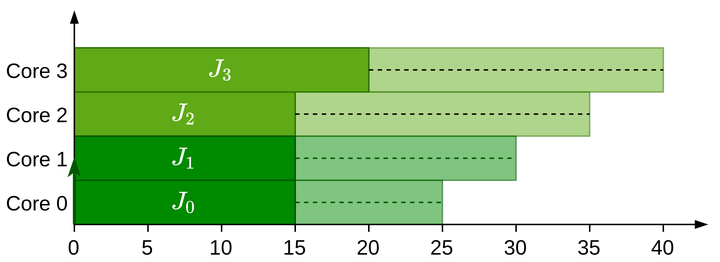
Before: Notes/TFM/images/extra_03/precedence_solution_01_02.png, a diagram exported from draw.io (jmigual/APATeoria). Source tidied: cells renumbered, new cells last; positions are measured from the earlier drawing's top-left corner, leaving out a move shared by most shapes.
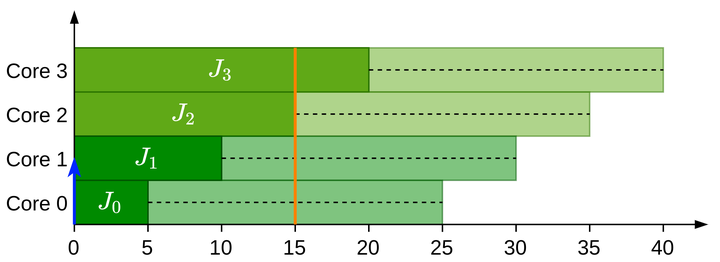
Above is the later version.

The edit, as a diff of the source:
```diff
@@ -2,145 +2,154 @@
   <root>
     <mxCell id="0" />
     <mxCell id="1" parent="0" />
-    <mxCell id="2" style="rounded=0;whiteSpace=wrap;html=1;align=center;fillColor=#60a917;strokeColor=#2D7600;fontColor=#ffffff;comic=0;fontSize=14;opacity=50;" parent="1" vertex="1">
-      <mxGeometry x="200" y="25" width="250" height="30" as="geometry" />
+    <mxCell id="2" value="10" style="text;html=1;strokeColor=none;fillColor=none;align=center;verticalAlign=middle;whiteSpace=wrap;rounded=0;fontSize=14;" parent="1" vertex="1">
+      <mxGeometry x="645" y="35" width="20" height="20" as="geometry" />
     </mxCell>
-    <mxCell id="3" value="$$J_{3}$$" style="rounded=0;whiteSpace=wrap;html=1;align=center;fillColor=#60a917;strokeColor=#2D7600;fontColor=#ffffff;comic=0;fontSize=14;" parent="1" vertex="1">
-      <mxGeometry x="50" y="25" width="200" height="30" as="geometry" />
+    <mxCell id="3" style="rounded=0;whiteSpace=wrap;html=1;align=center;fillColor=#60a917;strokeColor=#2D7600;fontColor=#ffffff;comic=0;fontSize=14;opacity=50;" parent="1" vertex="1">
+      <mxGeometry x="705" y="25" width="250" height="30" as="geometry" />
     </mxCell>
-    <mxCell id="4" style="rounded=0;whiteSpace=wrap;html=1;align=center;fillColor=#60a917;strokeColor=#2D7600;fontColor=#ffffff;comic=0;fontSize=14;opacity=50;" parent="1" vertex="1">
-      <mxGeometry x="150" y="55" width="250" height="30" as="geometry" />
+    <mxCell id="4" value="$$J_{3}$$" style="rounded=0;whiteSpace=wrap;html=1;align=center;fillColor=#60a917;strokeColor=#2D7600;fontColor=#ffffff;comic=0;fontSize=14;" parent="1" vertex="1">
+      <mxGeometry x="555" y="25" width="200" height="30" as="geometry" />
     </mxCell>
-    <mxCell id="5" value="$$J_{2}$$" style="rounded=0;whiteSpace=wrap;html=1;align=center;fillColor=#60a917;strokeColor=#2D7600;fontColor=#ffffff;comic=0;fontSize=14;" parent="1" vertex="1">
-      <mxGeometry x="50" y="55" width="150" height="30" as="geometry" />
+    <mxCell id="5" style="rounded=0;whiteSpace=wrap;html=1;align=center;fillColor=#60a917;strokeColor=#2D7600;fontColor=#ffffff;comic=0;fontSize=14;opacity=50;" parent="1" vertex="1">
+      <mxGeometry x="655" y="55" width="250" height="30" as="geometry" />
     </mxCell>
-    <mxCell id="6" style="rounded=0;whiteSpace=wrap;html=1;align=center;fillColor=#008a00;strokeColor=#005700;fontColor=#ffffff;comic=0;fontSize=14;opacity=50;" parent="1" vertex="1">
-      <mxGeometry x="150" y="85" width="200" height="30" as="geometry" />
+    <mxCell id="6" value="$$J_{2}$$" style="rounded=0;whiteSpace=wrap;html=1;align=center;fillColor=#60a917;strokeColor=#2D7600;fontColor=#ffffff;comic=0;fontSize=14;" parent="1" vertex="1">
+      <mxGeometry x="555" y="55" width="150" height="30" as="geometry" />
     </mxCell>
-    <mxCell id="7" style="rounded=0;whiteSpace=wrap;html=1;align=center;fillColor=#008a00;strokeColor=#005700;fontColor=#ffffff;comic=0;fontSize=14;gradientDirection=east;opacity=50;" parent="1" vertex="1">
-      <mxGeometry x="100" y="115" width="200" height="30" as="geometry" />
+    <mxCell id="7" style="rounded=0;whiteSpace=wrap;html=1;align=center;fillColor=#008a00;strokeColor=#005700;fontColor=#ffffff;comic=0;fontSize=14;opacity=50;" parent="1" vertex="1">
+      <mxGeometry x="655" y="85" width="200" height="30" as="geometry" />
     </mxCell>
-    <mxCell id="8" value="$$J_{1}$$" style="rounded=0;whiteSpace=wrap;html=1;align=center;fillColor=#008a00;strokeColor=#005700;fontColor=#ffffff;comic=0;fontSize=14;" parent="1" vertex="1">
-      <mxGeometry x="50" y="85" width="150" height="30" as="geometry" />
+    <mxCell id="8" style="rounded=0;whiteSpace=wrap;html=1;align=center;fillColor=#008a00;strokeColor=#005700;fontColor=#ffffff;comic=0;fontSize=14;gradientDirection=east;opacity=50;" parent="1" vertex="1">
+      <mxGeometry x="605" y="115" width="200" height="30" as="geometry" />
     </mxCell>
-    <mxCell id="9" value="$$J_{0}$$" style="rounded=0;whiteSpace=wrap;html=1;align=center;fillColor=#008a00;strokeColor=#005700;fontColor=#ffffff;comic=0;fontSize=14;" parent="1" vertex="1">
-      <mxGeometry x="50" y="115" width="150" height="30" as="geometry" />
+    <mxCell id="9" value="$$J_{1}$$" style="rounded=0;whiteSpace=wrap;html=1;align=center;fillColor=#008a00;strokeColor=#005700;fontColor=#ffffff;comic=0;fontSize=14;" parent="1" vertex="1">
+      <mxGeometry x="555" y="85" width="100" height="30" as="geometry" />
     </mxCell>
-    <mxCell id="10" style="endArrow=blockThin;html=1;strokeColor=#000000;endFill=1;exitX=0.5;exitY=0;exitDx=0;exitDy=0;" parent="1" edge="1">
-      <mxGeometry relative="1" as="geometry">
-        <mxPoint x="50" y="150" as="sourcePoint" />
-        <mxPoint x="50" as="targetPoint" />
-      </mxGeometry>
+    <mxCell id="10" value="$$J_{0}$$" style="rounded=0;whiteSpace=wrap;html=1;align=center;fillColor=#008a00;strokeColor=#005700;fontColor=#ffffff;comic=0;fontSize=14;" parent="1" vertex="1">
+      <mxGeometry x="555" y="115" width="50" height="30" as="geometry" />
     </mxCell>
-    <mxCell id="11" value="&lt;div style=&quot;font-size: 14px;&quot;&gt;0&lt;/div&gt;" style="text;html=1;strokeColor=none;fillColor=none;align=center;verticalAlign=middle;whiteSpace=wrap;rounded=0;fontSize=14;" parent="1" vertex="1">
-      <mxGeometry x="40" y="150" width="20" height="20" as="geometry" />
+    <mxCell id="11" style="endArrow=blockThin;html=1;strokeColor=#000000;endFill=1;exitX=0.5;exitY=0;exitDx=0;exitDy=0;" parent="1" edge="1">
+      <mxGeometry relative="1" as="geometry">
+        <mxPoint x="555" y="150" as="sourcePoint" />
+        <mxPoint x="555" as="targetPoint" />
+      </mxGeometry>
     </mxCell>
-    <mxCell id="12" value="5" style="text;html=1;strokeColor=none;fillColor=none;align=center;verticalAlign=middle;whiteSpace=wrap;rounded=0;fontSize=14;" parent="1" vertex="1">
-      <mxGeometry x="90" y="150" width="20" height="20" as="geometry" />
+    <mxCell id="12" value="&lt;div style=&quot;font-size: 14px;&quot;&gt;0&lt;/div&gt;" style="text;html=1;strokeColor=none;fillColor=none;align=center;verticalAlign=middle;whiteSpace=wrap;rounded=0;fontSize=14;" parent="1" vertex="1">
+      <mxGeometry x="545" y="150" width="20" height="20" as="geometry" />
     </mxCell>
-    <mxCell id="13" value="10" style="text;html=1;strokeColor=none;fillColor=none;align=center;verticalAlign=middle;whiteSpace=wrap;rounded=0;fontSize=14;" parent="1" vertex="1">
-      <mxGeometry x="140" y="150" width="20" height="20" as="geometry" />
+    <mxCell id="13" value="5" style="text;html=1;strokeColor=none;fillColor=none;align=center;verticalAlign=middle;whiteSpace=wrap;rounded=0;fontSize=14;" parent="1" vertex="1">
+      <mxGeometry x="595" y="150" width="20" height="20" as="geometry" />
     </mxCell>
-    <mxCell id="14" value="15" style="text;html=1;strokeColor=none;fillColor=none;align=center;verticalAlign=middle;whiteSpace=wrap;rounded=0;fontSize=14;" parent="1" vertex="1">
-      <mxGeometry x="190" y="150" width="20" height="20" as="geometry" />
+    <mxCell id="14" value="10" style="text;html=1;strokeColor=none;fillColor=none;align=center;verticalAlign=middle;whiteSpace=wrap;rounded=0;fontSize=14;" parent="1" vertex="1">
+      <mxGeometry x="645" y="150" width="20" height="20" as="geometry" />
     </mxCell>
-    <mxCell id="15" value="20" style="text;html=1;strokeColor=none;fillColor=none;align=center;verticalAlign=middle;whiteSpace=wrap;rounded=0;fontSize=14;" parent="1" vertex="1">
-      <mxGeometry x="240" y="150" width="20" height="20" as="geometry" />
+    <mxCell id="15" value="15" style="text;html=1;strokeColor=none;fillColor=none;align=center;verticalAlign=middle;whiteSpace=wrap;rounded=0;fontSize=14;" parent="1" vertex="1">
+      <mxGeometry x="695" y="150" width="20" height="20" as="geometry" />
     </mxCell>
-    <mxCell id="16" value="Core 0" style="text;html=1;strokeColor=none;fillColor=none;align=center;verticalAlign=middle;whiteSpace=wrap;rounded=0;fontSize=14;fontColor=#000000;" parent="1" vertex="1">
-      <mxGeometry y="120" width="50" height="20" as="geometry" />
+    <mxCell id="16" value="20" style="text;html=1;strokeColor=none;fillColor=none;align=center;verticalAlign=middle;whiteSpace=wrap;rounded=0;fontSize=14;" parent="1" vertex="1">
+      <mxGeometry x="745" y="150" width="20" height="20" as="geometry" />
     </mxCell>
-    <mxCell id="17" value="Core 1" style="text;html=1;strokeColor=none;fillColor=none;align=center;verticalAlign=middle;whiteSpace=wrap;rounded=0;fontSize=14;fontColor=#000000;" parent="1" vertex="1">
-      <mxGeometry y="90" width="50" height="20" as="geometry" />
+    <mxCell id="17" value="Core 0" style="text;html=1;strokeColor=none;fillColor=none;align=center;verticalAlign=middle;whiteSpace=wrap;rounded=0;fontSize=14;fontColor=#000000;" parent="1" vertex="1">
+      <mxGeometry x="505" y="120" width="50" height="20" as="geometry" />
     </mxCell>
-    <mxCell id="18" style="endArrow=none;html=1;" parent="1" edge="1" source="19">
-      <mxGeometry relative="1" as="geometry">
-        <mxPoint x="300" y="145" as="targetPoint" />
-      </mxGeometry>
+    <mxCell id="18" value="Core 1" style="text;html=1;strokeColor=none;fillColor=none;align=center;verticalAlign=middle;whiteSpace=wrap;rounded=0;fontSize=14;fontColor=#000000;" parent="1" vertex="1">
+      <mxGeometry x="505" y="90" width="50" height="20" as="geometry" />
     </mxCell>
-    <mxCell id="19" value="25" style="text;html=1;strokeColor=none;fillColor=none;align=center;verticalAlign=middle;whiteSpace=wrap;rounded=0;fontSize=14;" parent="1" vertex="1">
-      <mxGeometry x="290" y="150" width="20" height="20" as="geometry" />
+    <mxCell id="19" style="endArrow=none;html=1;" parent="1" edge="1" source="20">
+      <mxGeometry relative="1" as="geometry">
+        <mxPoint x="805" y="145" as="targetPoint" />
+      </mxGeometry>
     </mxCell>
-    <mxCell id="20" style="endArrow=none;html=1;exitX=0.5;exitY=0;exitDx=0;exitDy=0;" parent="1" edge="1" source="19">
-      <mxGeometry relative="1" as="geometry">
-        <mxPoint x="300" y="145" as="targetPoint" />
-      </mxGeometry>
+    <mxCell id="20" value="25" style="text;html=1;strokeColor=none;fillColor=none;align=center;verticalAlign=middle;whiteSpace=wrap;rounded=0;fontSize=14;" parent="1" vertex="1">
+      <mxGeometry x="795" y="150" width="20" height="20" as="geometry" />
     </mxCell>
-    <mxCell id="21" style="endArrow=none;html=1;exitX=0.5;exitY=0;exitDx=0;exitDy=0;" parent="1" edge="1" source="15">
+    <mxCell id="21" style="endArrow=none;html=1;exitX=0.5;exitY=0;exitDx=0;exitDy=0;" parent="1" edge="1" source="20">
       <mxGeometry relative="1" as="geometry">
-        <mxPoint x="250" y="145" as="targetPoint" />
+        <mxPoint x="805" y="145" as="targetPoint" />
       </mxGeometry>
     </mxCell>
-    <mxCell id="22" style="endArrow=none;html=1;exitX=0.5;exitY=0;exitDx=0;exitDy=0;" parent="1" edge="1" source="14">
+    <mxCell id="22" style="endArrow=none;html=1;exitX=0.5;exitY=0;exitDx=0;exitDy=0;" parent="1" edge="1" source="16">
       <mxGeometry relative="1" as="geometry">
-        <mxPoint x="200" y="145" as="targetPoint" />
+        <mxPoint x="755" y="145" as="targetPoint" />
       </mxGeometry>
     </mxCell>
-    <mxCell id="23" style="endArrow=none;html=1;exitX=0.5;exitY=0;exitDx=0;exitDy=0;" parent="1" edge="1" source="13">
+    <mxCell id="23" style="endArrow=none;html=1;exitX=0.5;exitY=0;exitDx=0;exitDy=0;" parent="1" edge="1" source="15">
       <mxGeometry relative="1" as="geometry">
-        <mxPoint x="150" y="145" as="targetPoint" />
+        <mxPoint x="705" y="145" as="targetPoint" />
       </mxGeometry>
     </mxCell>
-    <mxCell id="24" style="endArrow=none;html=1;exitX=0.5;exitY=0;exitDx=0;exitDy=0;" parent="1" edge="1" source="12">
+    <mxCell id="24" style="endArrow=none;html=1;exitX=0.5;exitY=0;exitDx=0;exitDy=0;" parent="1" edge="1" source="14">
       <mxGeometry relative="1" as="geometry">
-        <mxPoint x="100" y="145" as="targetPoint" />
+        <mxPoint x="655" y="145" as="targetPoint" />
       </mxGeometry>
     </mxCell>
-    <mxCell id="25" style="endArrow=none;html=1;" parent="1" edge="1" source="26">
+    <mxCell id="25" style="endArrow=none;html=1;exitX=0.5;exitY=0;exitDx=0;exitDy=0;" parent="1" edge="1" source="13">
       <mxGeometry relative="1" as="geometry">
-        <mxPoint x="350" y="145" as="targetPoint" />
+        <mxPoint x="605" y="145" as="targetPoint" />
       </mxGeometry>
     </mxCell>
-    <mxCell id="26" value="30" style="text;html=1;strokeColor=none;fillColor=none;align=center;verticalAlign=middle;whiteSpace=wrap;rounded=0;fontSize=14;" parent="1" vertex="1">
-      <mxGeometry x="340" y="150" width="20" height="20" as="geometry" />
+    <mxCell id="26" style="endArrow=none;html=1;" parent="1" edge="1" source="27">
+      <mxGeometry relative="1" as="geometry">
+        <mxPoint x="855" y="145" as="targetPoint" />
+      </mxGeometry>
     </mxCell>
-    <mxCell id="27" value="Core 2" style="text;html=1;strokeColor=none;fillColor=none;align=center;verticalAlign=middle;whiteSpace=wrap;rounded=0;fontSize=14;fontColor=#000000;" parent="1" vertex="1">
-      <mxGeometry y="60" width="50" height="20" as="geometry" />
+    <mxCell id="27" value="30" style="text;html=1;strokeColor=none;fillColor=none;align=center;verticalAlign=middle;whiteSpace=wrap;rounded=0;fontSize=14;" parent="1" vertex="1">
+      <mxGeometry x="845" y="150" width="20" height="20" as="geometry" />
     </mxCell>
-    <mxCell id="28" style="endArrow=blockThin;html=1;endFill=1;" parent="1" edge="1">
-      <mxGeometry relative="1" as="geometry">
-        <mxPoint x="50" y="145" as="sourcePoint" />
-        <mxPoint x="480" y="145" as="targetPoint" />
-      </mxGeometry>
+    <mxCell id="28" value="Core 2" style="text;html=1;strokeColor=none;fillColor=none;align=center;verticalAlign=middle;whiteSpace=wrap;rounded=0;fontSize=14;fontColor=#000000;" parent="1" vertex="1">
+      <mxGeometry x="505" y="60" width="50" height="20" as="geometry" />
     </mxCell>
-    <mxCell id="29" style="endArrow=classicThin;html=1;strokeColor=#005700;fillColor=#008a00;endFill=1;strokeWidth=2;" parent="1" edge="1">
+    <mxCell id="29" style="endArrow=blockThin;html=1;endFill=1;" parent="1" edge="1">
       <mxGeometry relative="1" as="geometry">
-        <mxPoint x="50" y="145" as="sourcePoint" />
-        <mxPoint x="50" y="100" as="targetPoint" />
+        <mxPoint x="555" y="145" as="sourcePoint" />
+        <mxPoint x="985" y="145" as="targetPoint" />
       </mxGeometry>
     </mxCell>
-    <mxCell id="30" value="Core 3" style="text;html=1;strokeColor=none;fillColor=none;align=center;verticalAlign=middle;whiteSpace=wrap;rounded=0;fontSize=14;fontColor=#000000;" parent="1" vertex="1">
-      <mxGeometry y="30" width="50" height="20" as="geometry" />
+    <mxCell id="30" style="endArrow=classicThin;html=1;strokeColor=#0027FF;fillColor=#0050ef;endFill=1;strokeWidth=2;" parent="1" edge="1">
+      <mxGeometry relative="1" as="geometry">
+        <mxPoint x="555" y="145" as="sourcePoint" />
+        <mxPoint x="555" y="100" as="targetPoint" />
+      </mxGeometry>
     </mxCell>
-    <mxCell id="31" style="endArrow=none;dashed=1;html=1;exitX=1;exitY=0.5;exitDx=0;exitDy=0;entryX=1;entryY=0.5;entryDx=0;entryDy=0;fillColor=#008a00;strokeColor=#005700;" parent="1" edge="1" source="9" target="7">
-      <mxGeometry relative="1" as="geometry" />
+    <mxCell id="31" value="Core 3" style="text;html=1;strokeColor=none;fillColor=none;align=center;verticalAlign=middle;whiteSpace=wrap;rounded=0;fontSize=14;fontColor=#000000;" parent="1" vertex="1">
+      <mxGeometry x="505" y="30" width="50" height="20" as="geometry" />
     </mxCell>
-    <mxCell id="32" style="endArrow=none;dashed=1;html=1;exitX=1;exitY=0.5;exitDx=0;exitDy=0;entryX=1;entryY=0.5;entryDx=0;entryDy=0;fillColor=#008a00;strokeColor=#005700;" parent="1" edge="1" source="8" target="6">
+    <mxCell id="32" style="endArrow=none;dashed=1;html=1;exitX=1;exitY=0.5;exitDx=0;exitDy=0;entryX=1;entryY=0.5;entryDx=0;entryDy=0;" parent="1" edge="1" source="10" target="8">
       <mxGeometry relative="1" as="geometry" />
     </mxCell>
-    <mxCell id="33" style="endArrow=none;dashed=1;html=1;exitX=1;exitY=0.5;exitDx=0;exitDy=0;entryX=1;entryY=0.5;entryDx=0;entryDy=0;" parent="1" edge="1" source="5" target="4">
+    <mxCell id="33" style="endArrow=none;dashed=1;html=1;exitX=1;exitY=0.5;exitDx=0;exitDy=0;entryX=1;entryY=0.5;entryDx=0;entryDy=0;" parent="1" edge="1" source="9" target="7">
       <mxGeometry relative="1" as="geometry" />
     </mxCell>
-    <mxCell id="34" style="endArrow=none;html=1;" parent="1" edge="1" source="35">
-      <mxGeometry relative="1" as="geometry">
-        <mxPoint x="400" y="145" as="targetPoint" />
-      </mxGeometry>
+    <mxCell id="34" style="endArrow=none;dashed=1;html=1;exitX=1;exitY=0.5;exitDx=0;exitDy=0;entryX=1;entryY=0.5;entryDx=0;entryDy=0;" parent="1" edge="1" source="6" target="5">
+      <mxGeometry relative="1" as="geometry" />
     </mxCell>
-    <mxCell id="35" value="35" style="text;html=1;strokeColor=none;fillColor=none;align=center;verticalAlign=middle;whiteSpace=wrap;rounded=0;fontSize=14;" parent="1" vertex="1">
-      <mxGeometry x="390" y="150" width="20" height="20" as="geometry" />
+    <mxCell id="35" style="endArrow=none;html=1;" parent="1" edge="1" source="36">
+      <mxGeometry relative="1" as="geometry">
+        <mxPoint x="905" y="145" as="targetPoint" />
+      </mxGeometry>
     </mxCell>
-    <mxCell id="36" style="endArrow=none;html=1;" parent="1" edge="1" source="37">
-      <mxGeometry relative="1" as="geometry">
-        <mxPoint x="450" y="145" as="targetPoint" />
-      </mxGeometry>
+    <mxCell id="36" value="35" style="text;html=1;strokeColor=none;fillColor=none;align=center;verticalAlign=middle;whiteSpace=wrap;rounded=0;fontSize=14;" parent="1" vertex="1">
+      <mxGeometry x="895" y="150" width="20" height="20" as="geometry" />
     </mxCell>
-    <mxCell id="37" value="40" style="text;html=1;strokeColor=none;fillColor=none;align=center;verticalAlign=middle;whiteSpace=wrap;rounded=0;fontSize=14;" parent="1" vertex="1">
-      <mxGeometry x="440" y="150" width="20" height="20" as="geometry" />
+    <mxCell id="37" style="endArrow=none;html=1;" parent="1" edge="1" source="38">
+      <mxGeometry relative="1" as="geometry">
+        <mxPoint x="955" y="145" as="targetPoint" />
+      </mxGeometry>
     </mxCell>
-    <mxCell id="38" style="endArrow=none;dashed=1;html=1;exitX=1;exitY=0.5;exitDx=0;exitDy=0;entryX=1;entryY=0.5;entryDx=0;entryDy=0;" parent="1" edge="1" target="2">
-      <mxGeometry relative="1" as="geometry">
-        <mxPoint x="250" y="40" as="sourcePoint" />
-      </mxGeometry>
+    <mxCell id="38" value="40" style="text;html=1;strokeColor=none;fillColor=none;align=center;verticalAlign=middle;whiteSpace=wrap;rounded=0;fontSize=14;" parent="1" vertex="1">
+      <mxGeometry x="945" y="150" width="20" height="20" as="geometry" />
     </mxCell>
+    <mxCell id="39" style="endArrow=none;dashed=1;html=1;exitX=1;exitY=0.5;exitDx=0;exitDy=0;entryX=1;entryY=0.5;entryDx=0;entryDy=0;" parent="1" edge="1" target="3">
+      <mxGeometry relative="1" as="geometry">
+        <mxPoint x="755" y="40" as="sourcePoint" />
+      </mxGeometry>
+    </mxCell>
+    <mxCell id="40" style="endArrow=none;html=1;fillColor=#f0a30a;strokeColor=#FF8000;strokeWidth=2;" parent="1" edge="1">
+      <mxGeometry relative="1" as="geometry">
+        <mxPoint x="705" y="145" as="sourcePoint" />
+        <mxPoint x="705" y="25" as="targetPoint" />
+      </mxGeometry>
+    </mxCell>
   </root>
 </mxGraphModel>
```
